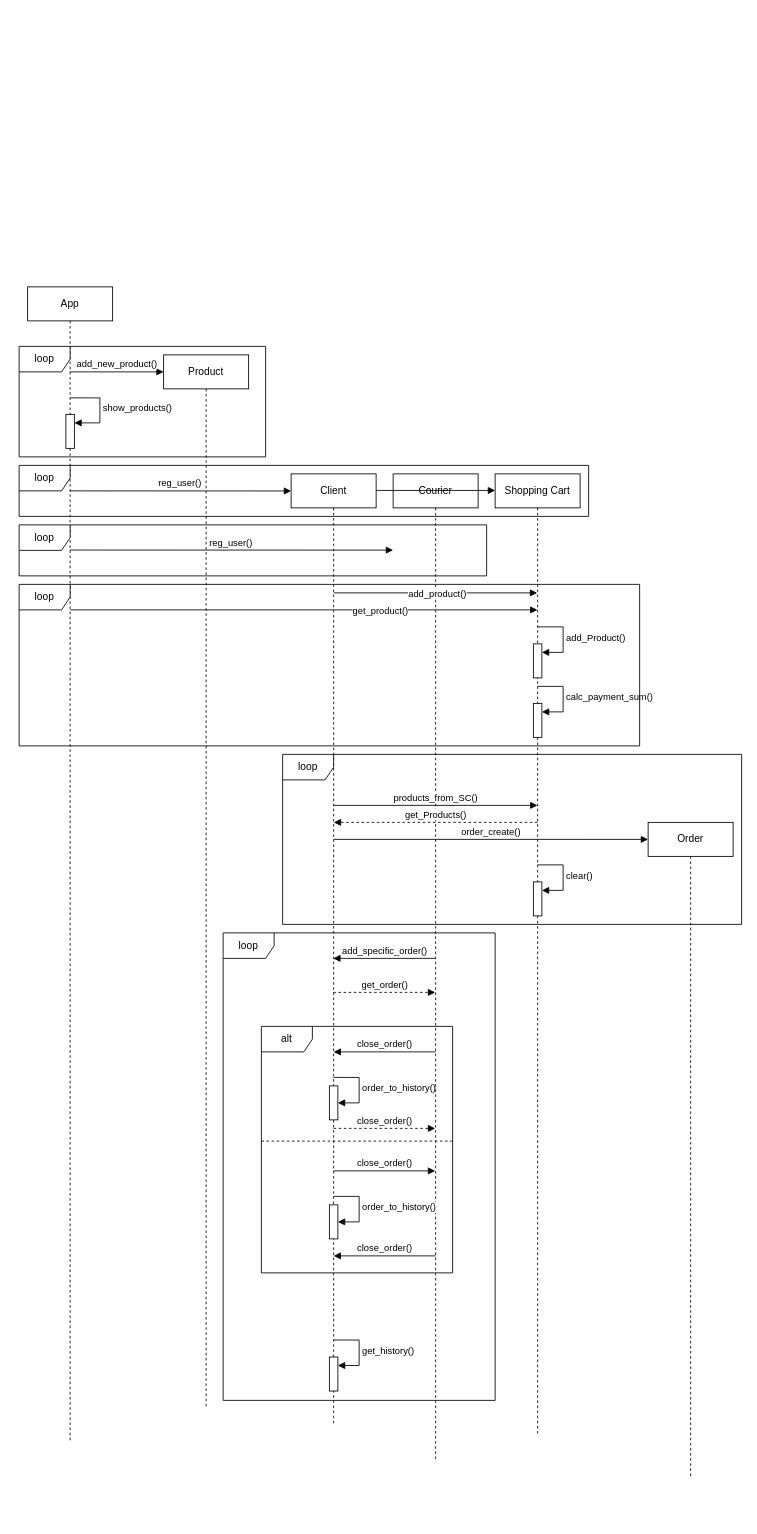
This is actions_sequnce_delivery_service.drawio from MstislavRomanovski/ProgramIngeneering, a draw.io file, before an edit. Source tidied: cells renumbered, new cells numbered last; positions are measured from the earlier drawing's top-left corner, leaving out a move shared by most shapes. Both pictures are drawn from the tidied source at 85%, with x=0, y=0 at pixel (19, 286).
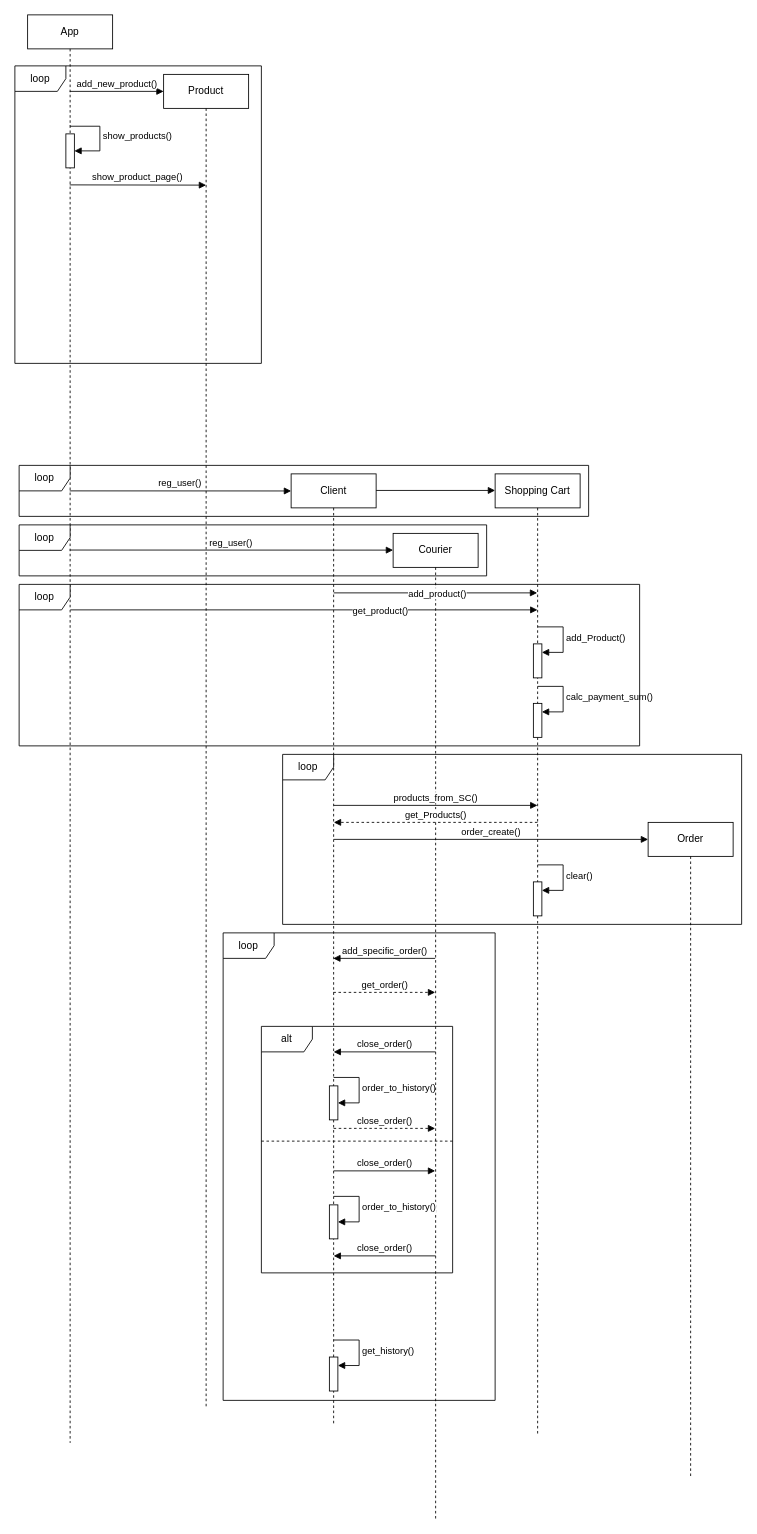
The same diagram, later.

The edit, as a diff of the source:
```diff
@@
     <mxCell id="2" value="App" style="shape=umlLifeline;perimeter=lifelinePerimeter;whiteSpace=wrap;html=1;outlineConnect=0;portConstraint=eastwest;newEdgeStyle={&quot;curved&quot;:0,&quot;rounded&quot;:0};" parent="1" vertex="1">
-      <mxGeometry x="10" width="100" height="1360" as="geometry" />
+      <mxGeometry x="10" y="-320" width="100" height="1680" as="geometry" />
     </mxCell>
     <mxCell id="3" style="html=1;points=[[0,0,0,0,5],[0,1,0,0,-5],[1,0,0,0,5],[1,1,0,0,-5]];perimeter=orthogonalPerimeter;outlineConnect=0;targetShapes=umlLifeline;portConstraint=eastwest;newEdgeStyle={&quot;curved&quot;:0,&quot;rounded&quot;:0};" parent="2" vertex="1">
-      <mxGeometry x="45" y="150" width="10" height="40" as="geometry" />
+      <mxGeometry x="45" y="140" width="10" height="40" as="geometry" />
     </mxCell>
-    <mxCell id="4" value="show_products()" style="html=1;align=left;spacingLeft=2;endArrow=block;rounded=0;edgeStyle=orthogonalEdgeStyle;curved=0;rounded=0;entryX=1;entryY=0.25;entryDx=0;entryDy=0;entryPerimeter=0;exitX=0.501;exitY=0.096;exitDx=0;exitDy=0;exitPerimeter=0;" parent="2" edge="1" source="2" target="3">
+    <mxCell id="4" value="show_products()" style="html=1;align=left;spacingLeft=2;endArrow=block;rounded=0;edgeStyle=orthogonalEdgeStyle;curved=0;rounded=0;" parent="2" edge="1" target="3">
       <mxGeometry relative="1" as="geometry">
+        <mxPoint x="50" y="130" as="sourcePoint" />
         <Array as="points">
+          <mxPoint x="50" y="131" />
           <mxPoint x="85" y="131" />
           <mxPoint x="85" y="160" />
         </Array>
       </mxGeometry>
     </mxCell>
     <mxCell id="5" value="Product" style="shape=umlLifeline;perimeter=lifelinePerimeter;whiteSpace=wrap;html=1;outlineConnect=0;portConstraint=eastwest;newEdgeStyle={&quot;curved&quot;:0,&quot;rounded&quot;:0};" parent="1" vertex="1">
-      <mxGeometry x="170" y="80" width="100" height="1240" as="geometry" />
+      <mxGeometry x="170" y="-250" width="100" height="1570" as="geometry" />
     </mxCell>
@@
     <mxCell id="12" value="Courier" style="shape=umlLifeline;perimeter=lifelinePerimeter;whiteSpace=wrap;html=1;newEdgeStyle={&quot;curved&quot;:0,&quot;rounded&quot;:0};" parent="1" vertex="1">
-      <mxGeometry x="440" y="220" width="100" height="1160" as="geometry" />
+      <mxGeometry x="440" y="290" width="100" height="1160" as="geometry" />
     </mxCell>
@@
     <mxCell id="20" value="add_new_product()" style="html=1;verticalAlign=bottom;endArrow=block;curved=0;rounded=0;" parent="1" edge="1">
       <mxGeometry relative="1" as="geometry">
-        <mxPoint x="59.5" y="100" as="sourcePoint" />
-        <mxPoint x="170" y="100" as="targetPoint" />
+        <mxPoint x="59.5" y="-230" as="sourcePoint" />
+        <mxPoint x="170" y="-230" as="targetPoint" />
       </mxGeometry>
     </mxCell>
@@
     <mxCell id="24" value="loop" style="shape=umlFrame;whiteSpace=wrap;html=1;" parent="1" vertex="1">
-      <mxGeometry y="70" width="290" height="130" as="geometry" />
+      <mxGeometry x="-5" y="-260" width="290" height="350" as="geometry" />
     </mxCell>
@@
+    <mxCell id="47" value="show_product_page()" style="html=1;verticalAlign=bottom;endArrow=block;curved=0;rounded=0;entryX=0.5;entryY=0.083;entryDx=0;entryDy=0;entryPerimeter=0;" parent="1" edge="1" target="5">
+      <mxGeometry relative="1" as="geometry">
+        <mxPoint x="59.5" y="-120" as="sourcePoint" />
+      </mxGeometry>
+    </mxCell>
```
